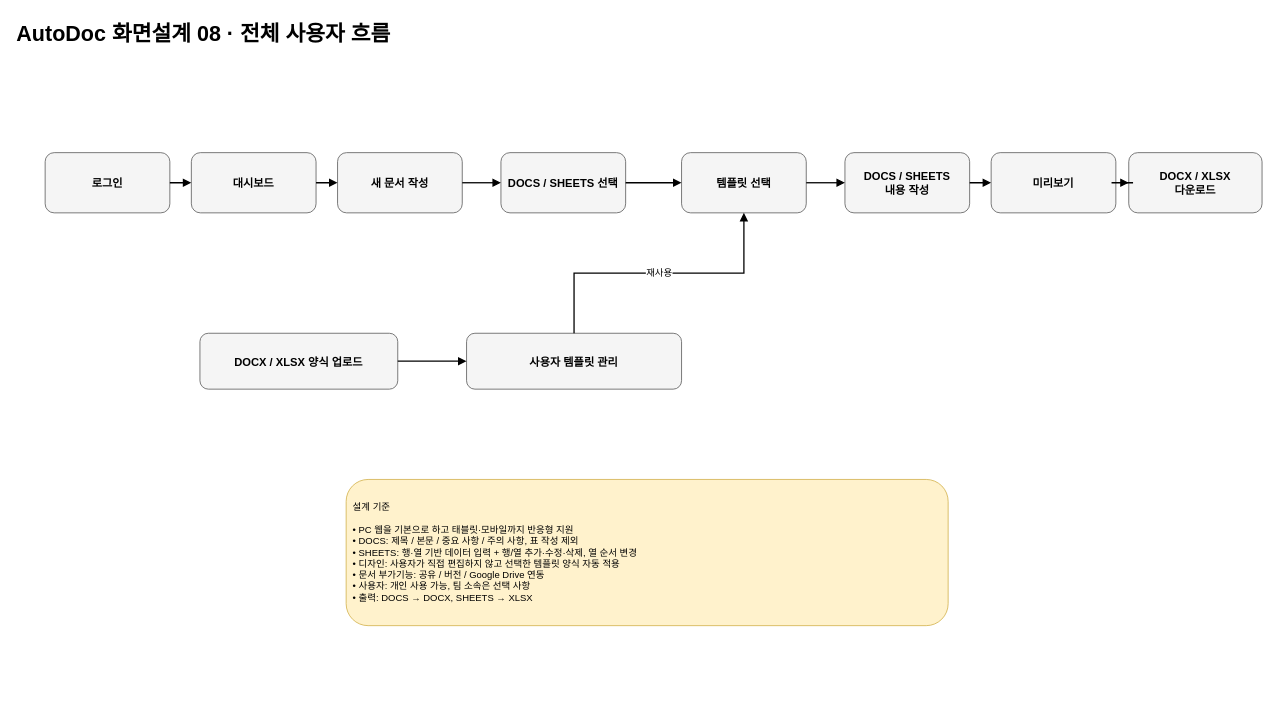
Ncoding2023/autodoc keeps this draw.io diagram as page "08 전체흐름" (8 of 14) of docs/design/AutoDoc_화면설계서.drawio. Above is the earlier version. Source tidied: cells renumbered, new cells numbered last; positions are measured from the earlier drawing's top-left corner, leaving out a move shared by most shapes. Both pictures are drawn from the tidied source at 86%, with x=0, y=0 at pixel (15, 15).
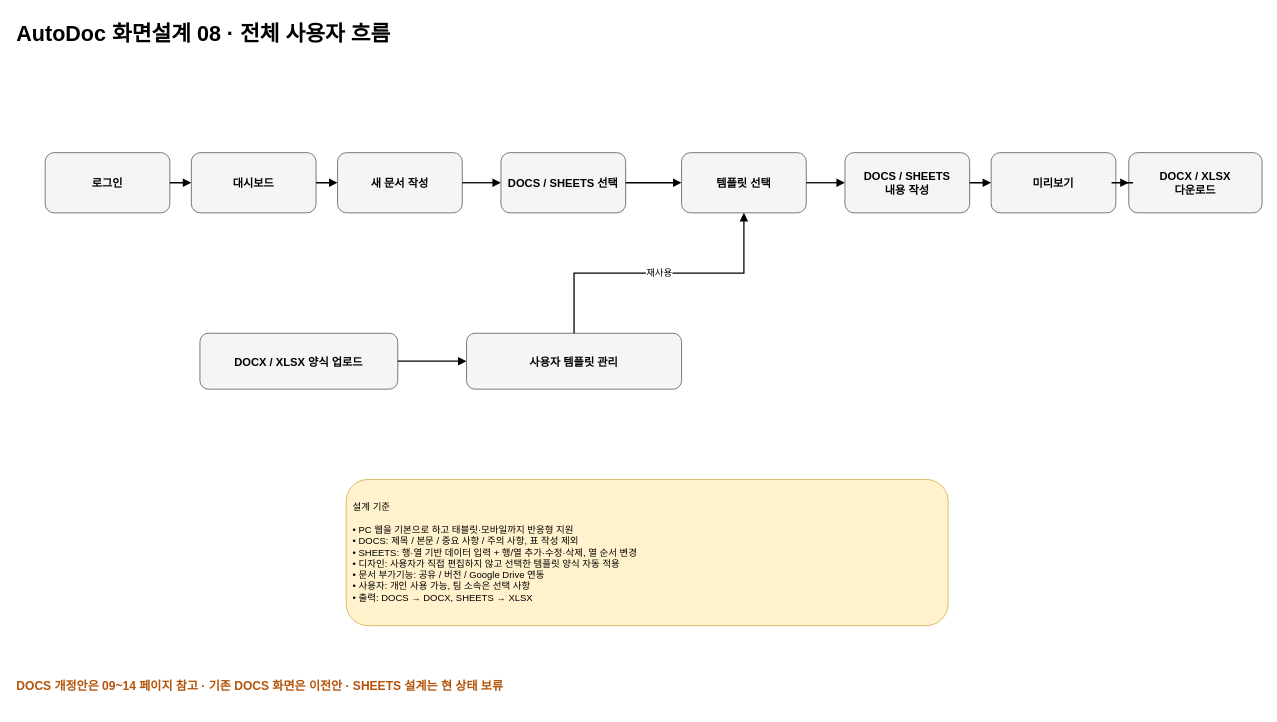
After the change.

Change to the diagram source:
```diff
@@
+    <mxCell id="23" value="DOCS 개정안은 09~14 페이지 참고 · 기존 DOCS 화면은 이전안 · SHEETS 설계는 현 상태 보류" style="text;html=1;fontSize=14;fontStyle=1;fontColor=#B45309;align=left;" parent="1" vertex="1">
+      <mxGeometry y="765" width="1400" height="40" as="geometry" />
+    </mxCell>
```
